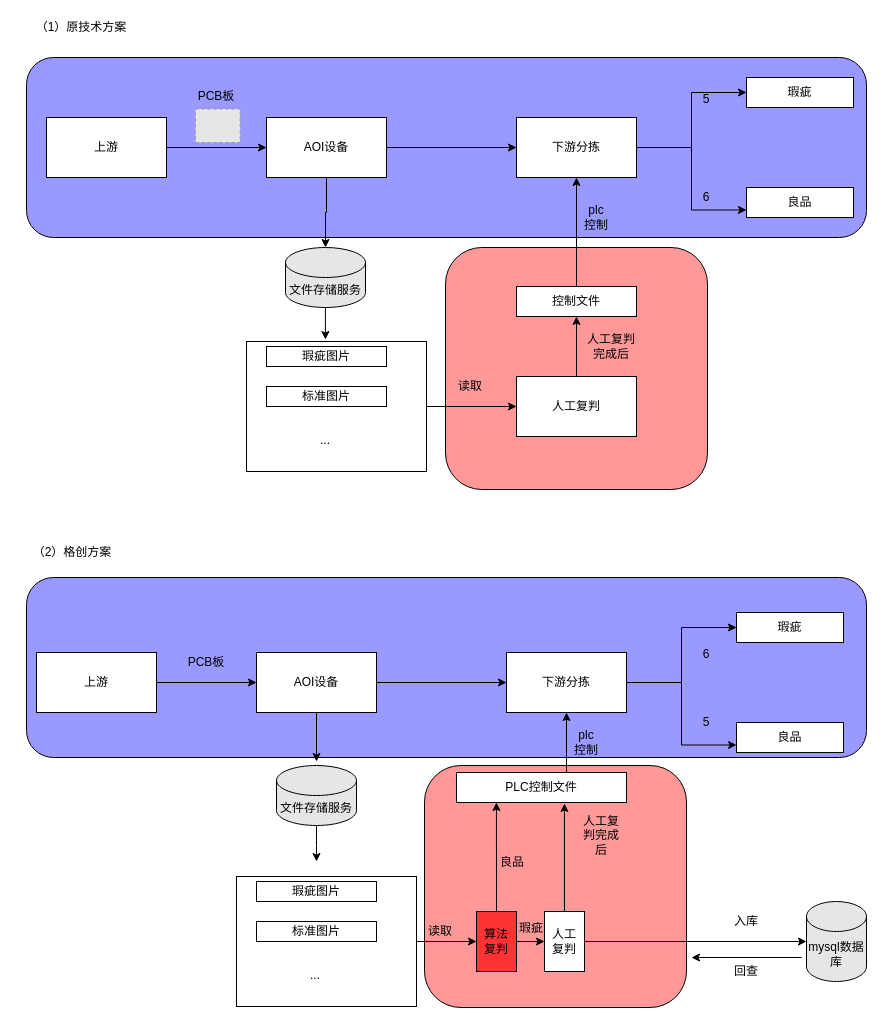
The draw.io diagram page "gree-pregress" (7 of 7) of Untitled Diagram.drawio in zfengli89/aas, before the edit. Source tidied: cells renumbered, new cells numbered last; positions are measured from the earlier drawing's top-left corner, leaving out a move shared by most shapes. Both pictures are drawn from the tidied source at 100%, with x=0, y=0 at pixel (17, 17). Pictures stored in the file or linked from it are replaced by grey dashed boxes.
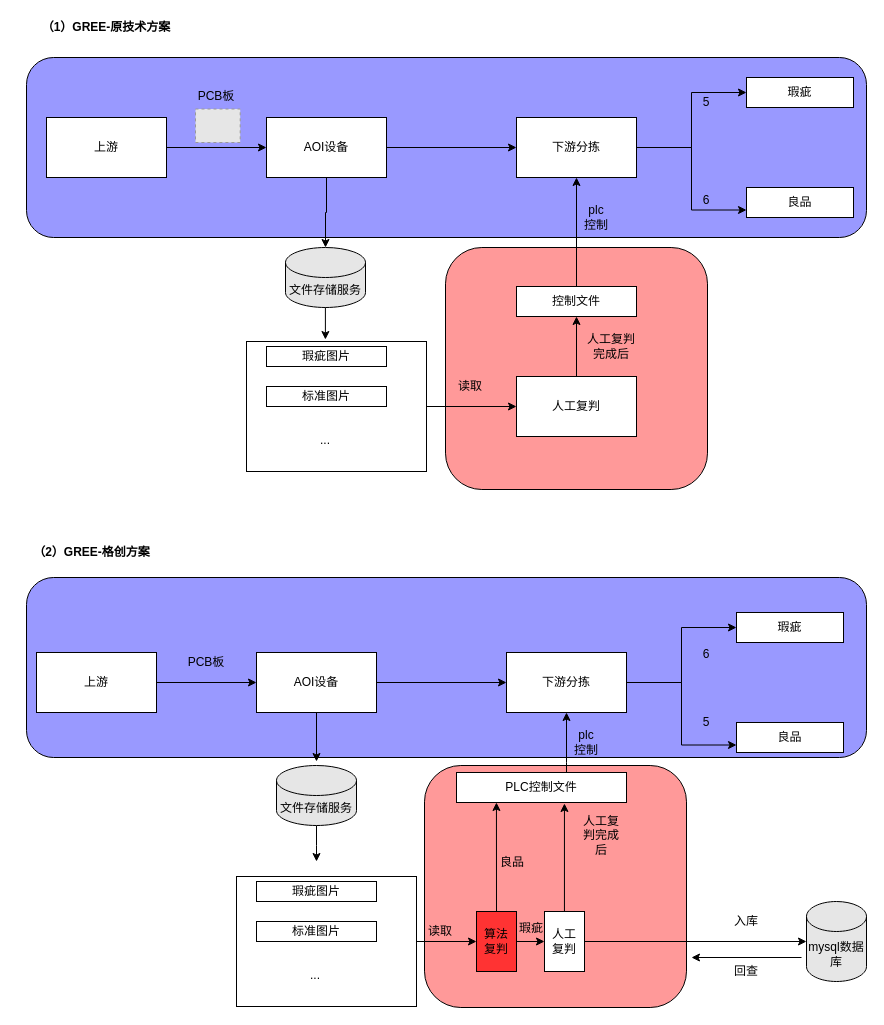
Above is the later version.

What changed in the source:
```diff
@@
     <mxCell id="31" value="5" style="text;html=1;strokeColor=none;fillColor=none;align=center;verticalAlign=middle;whiteSpace=wrap;rounded=0;" parent="1" vertex="1">
-      <mxGeometry x="669" y="71.5" width="40" height="20" as="geometry" />
+      <mxGeometry x="669" y="74.5" width="40" height="20" as="geometry" />
     </mxCell>
     <mxCell id="32" value="6" style="text;html=1;strokeColor=none;fillColor=none;align=center;verticalAlign=middle;whiteSpace=wrap;rounded=0;" parent="1" vertex="1">
-      <mxGeometry x="669" y="170" width="40" height="20" as="geometry" />
+      <mxGeometry x="669" y="173" width="40" height="20" as="geometry" />
     </mxCell>
@@
-    <mxCell id="67" value="（1）原技术方案" style="text;html=1;strokeColor=none;fillColor=none;align=center;verticalAlign=middle;whiteSpace=wrap;rounded=0;" parent="1" vertex="1">
-      <mxGeometry x="9" width="110" height="20" as="geometry" />
+    <mxCell id="67" value="&lt;b&gt;（1）GREE-原技术方案&lt;/b&gt;" style="text;html=1;strokeColor=none;fillColor=none;align=center;verticalAlign=middle;whiteSpace=wrap;rounded=0;" parent="1" vertex="1">
+      <mxGeometry x="9" width="160" height="20" as="geometry" />
     </mxCell>
-    <mxCell id="68" value="（2）格创方案" style="text;html=1;strokeColor=none;fillColor=none;align=center;verticalAlign=middle;whiteSpace=wrap;rounded=0;" parent="1" vertex="1">
-      <mxGeometry y="525" width="110" height="20" as="geometry" />
+    <mxCell id="68" value="&lt;b&gt;（2）GREE-格创方案&lt;/b&gt;" style="text;html=1;strokeColor=none;fillColor=none;align=center;verticalAlign=middle;whiteSpace=wrap;rounded=0;" parent="1" vertex="1">
+      <mxGeometry y="525" width="149" height="20" as="geometry" />
     </mxCell>
```
